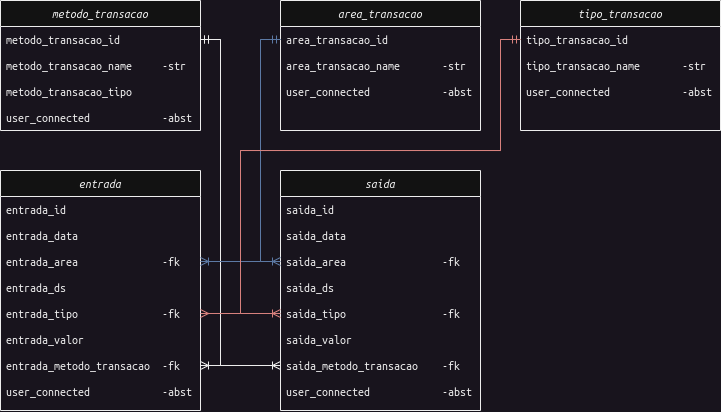
Earlier version of the draw.io export utils/my-money-management.drawio.png (Antonio-Neves/my-money-management). Source tidied: cells renumbered, new cells last; positions are measured from the earlier drawing's top-left corner, leaving out a move shared by most shapes.
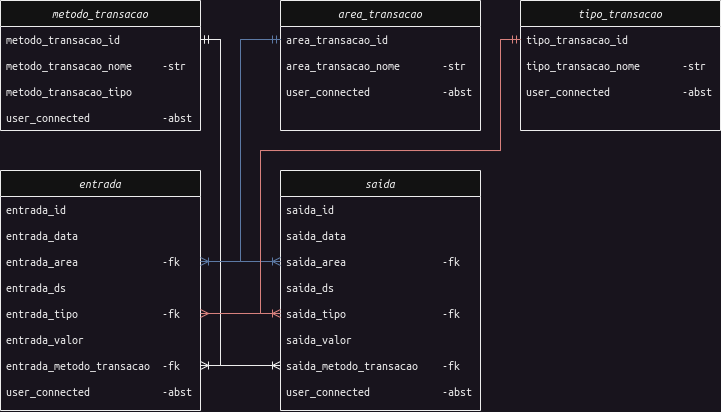
After the commit.

The edit, as a diff of the source:
```diff
@@ -8,7 +8,7 @@
     <mxCell id="3" value="metodo_transacao_id" style="text;align=left;verticalAlign=top;spacingLeft=4;spacingRight=4;overflow=hidden;points=[[0,0.5],[1,0.5]];portConstraint=eastwest;fontFamily=Ubuntu Mono;" parent="2" vertex="1">
       <mxGeometry y="26" width="200" height="26" as="geometry" />
     </mxCell>
-    <mxCell id="4" value="metodo_transacao_name     -str" style="text;align=left;verticalAlign=top;spacingLeft=4;spacingRight=4;overflow=hidden;rounded=0;shadow=0;html=0;fontFamily=Ubuntu Mono;" parent="2" vertex="1">
+    <mxCell id="4" value="metodo_transacao_nome     -str" style="text;align=left;verticalAlign=top;spacingLeft=4;spacingRight=4;overflow=hidden;rounded=0;shadow=0;html=0;fontFamily=Ubuntu Mono;" parent="2" vertex="1">
       <mxGeometry y="52" width="200" height="26" as="geometry" />
     </mxCell>
     <mxCell id="5" value="metodo_transacao_tipo" style="text;align=left;verticalAlign=top;spacingLeft=4;spacingRight=4;overflow=hidden;rounded=0;shadow=0;html=0;fontFamily=Ubuntu Mono;" parent="2" vertex="1">
@@ -91,7 +91,7 @@
     <mxCell id="28" value="area_transacao_id" style="text;align=left;verticalAlign=top;spacingLeft=4;spacingRight=4;overflow=hidden;points=[[0,0.5],[1,0.5]];portConstraint=eastwest;fontFamily=Ubuntu Mono;" parent="27" vertex="1">
       <mxGeometry y="26" width="200" height="26" as="geometry" />
     </mxCell>
-    <mxCell id="29" value="area_transacao_name       -str            " style="text;align=left;verticalAlign=top;spacingLeft=4;spacingRight=4;overflow=hidden;rounded=0;shadow=0;html=0;fontFamily=Ubuntu Mono;" parent="27" vertex="1">
+    <mxCell id="29" value="area_transacao_nome       -str            " style="text;align=left;verticalAlign=top;spacingLeft=4;spacingRight=4;overflow=hidden;rounded=0;shadow=0;html=0;fontFamily=Ubuntu Mono;" parent="27" vertex="1">
       <mxGeometry y="52" width="200" height="26" as="geometry" />
     </mxCell>
     <mxCell id="30" value="user_connected            -abst" style="text;align=left;verticalAlign=top;spacingLeft=4;spacingRight=4;overflow=hidden;rounded=0;shadow=0;html=0;fontFamily=Ubuntu Mono;" parent="27" vertex="1">
@@ -103,7 +103,7 @@
     <mxCell id="32" value="tipo_transacao_id" style="text;align=left;verticalAlign=top;spacingLeft=4;spacingRight=4;overflow=hidden;points=[[0,0.5],[1,0.5]];portConstraint=eastwest;fontFamily=Ubuntu Mono;" parent="31" vertex="1">
       <mxGeometry y="26" width="200" height="26" as="geometry" />
     </mxCell>
-    <mxCell id="33" value="tipo_transacao_name       -str" style="text;align=left;verticalAlign=top;spacingLeft=4;spacingRight=4;overflow=hidden;rounded=0;shadow=0;html=0;fontFamily=Ubuntu Mono;" parent="31" vertex="1">
+    <mxCell id="33" value="tipo_transacao_nome       -str" style="text;align=left;verticalAlign=top;spacingLeft=4;spacingRight=4;overflow=hidden;rounded=0;shadow=0;html=0;fontFamily=Ubuntu Mono;" parent="31" vertex="1">
       <mxGeometry y="52" width="200" height="26" as="geometry" />
     </mxCell>
     <mxCell id="34" value="user_connected            -abst" style="text;align=left;verticalAlign=top;spacingLeft=4;spacingRight=4;overflow=hidden;rounded=0;shadow=0;html=0;fontFamily=Ubuntu Mono;" parent="31" vertex="1">
@@ -112,8 +112,8 @@
     <mxCell id="35" style="edgeStyle=orthogonalEdgeStyle;fontSize=12;html=1;endArrow=ERoneToMany;startArrow=ERmandOne;rounded=0;exitX=0;exitY=0.5;exitDx=0;exitDy=0;entryX=0;entryY=0.5;entryDx=0;entryDy=0;fillColor=#dae8fc;strokeColor=#6c8ebf;" parent="1" edge="1" source="28" target="19">
       <mxGeometry relative="1" as="geometry">
         <Array as="points">
-          <mxPoint x="260" y="39" />
-          <mxPoint x="260" y="261" />
+          <mxPoint x="240" y="39" />
+          <mxPoint x="240" y="261" />
         </Array>
       </mxGeometry>
     </mxCell>
@@ -122,16 +122,16 @@
         <Array as="points">
           <mxPoint x="500" y="39" />
           <mxPoint x="500" y="150" />
-          <mxPoint x="240" y="150" />
-          <mxPoint x="240" y="313" />
+          <mxPoint x="260" y="150" />
+          <mxPoint x="260" y="313" />
         </Array>
       </mxGeometry>
     </mxCell>
     <mxCell id="37" style="edgeStyle=orthogonalEdgeStyle;fontSize=12;html=1;endArrow=ERoneToMany;rounded=0;entryX=1;entryY=0.5;entryDx=0;entryDy=0;exitX=0;exitY=0.5;exitDx=0;exitDy=0;fillColor=#dae8fc;strokeColor=#6c8ebf;" parent="1" edge="1" source="28" target="10">
       <mxGeometry relative="1" as="geometry">
         <Array as="points">
-          <mxPoint x="260" y="39" />
-          <mxPoint x="260" y="261" />
+          <mxPoint x="240" y="39" />
+          <mxPoint x="240" y="261" />
         </Array>
       </mxGeometry>
     </mxCell>
@@ -140,8 +140,8 @@
         <Array as="points">
           <mxPoint x="500" y="39" />
           <mxPoint x="500" y="150" />
-          <mxPoint x="240" y="150" />
-          <mxPoint x="240" y="313" />
+          <mxPoint x="260" y="150" />
+          <mxPoint x="260" y="313" />
         </Array>
       </mxGeometry>
     </mxCell>
```
